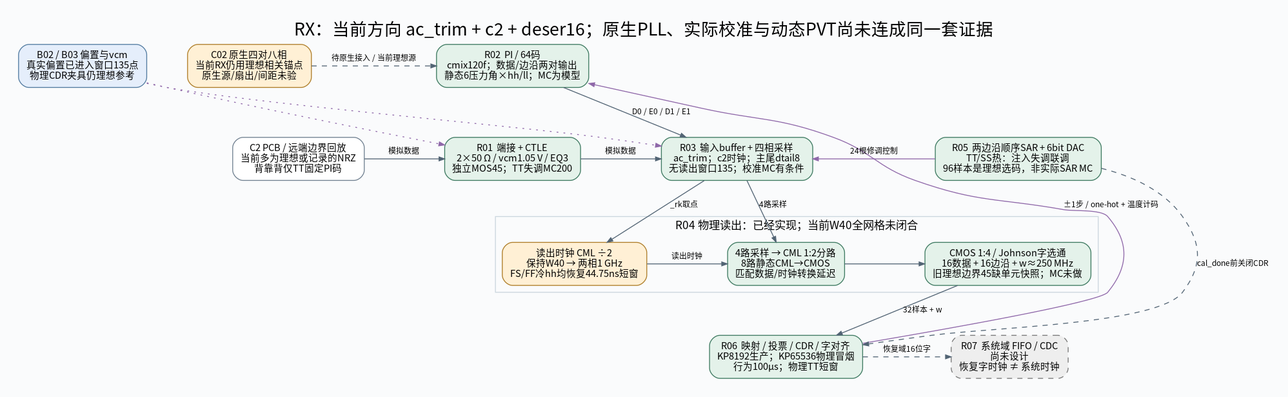
Above: docs/figures/system/rx_blocks.png in whitedeerpro-arch/serdes_sky130 (Graphviz), before the change. Its source is kept beside it as docs/figures/system/rx_blocks.dot.
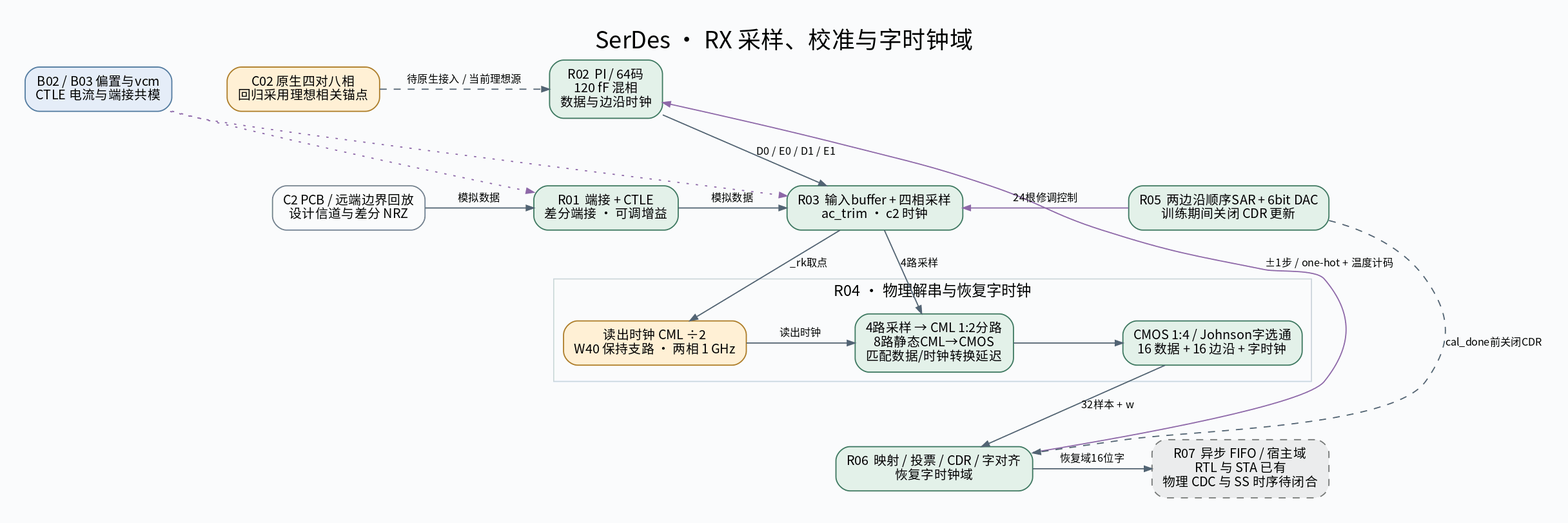
Above is the later version.

Diff of the diagram source:
```diff
@@ -1,26 +1,26 @@
 digraph rx_blocks {
   graph [rankdir=TB, bgcolor="#fafbfc", pad=0.3, nodesep=0.65, ranksep=0.65, fontname="Noto Sans CJK SC", fontsize=20,
-         labelloc=t, label="RX：当前方向 ac_trim + c2 + deser16；原生PLL、实际校准与动态PVT尚未连成同一套证据"];
+         labelloc=t, label="SerDes · RX 采样、校准与字时钟域"];
   node [shape=box, style="rounded,filled", fillcolor="#e4f2ea", color="#3d7960", fontname="Noto Sans CJK SC", fontsize=11, margin="0.12,0.1"];
   edge [color="#526474", arrowsize=0.65, fontname="Noto Sans CJK SC", fontsize=9];
-  INPUT [label="C2 PCB / 远端边界回放\n当前多为理想或记录的NRZ\n背靠背仅TT固定PI码", fillcolor="white", color="#708090"];
-  ANCHOR [label="C02 原生四对八相\n当前RX仍用理想相关锚点\n原生源/扇出/间距未验", fillcolor="#fff0d5", color="#ae7d28"];
-  BIAS [label="B02 / B03 偏置与vcm\n真实偏置已进入窗口135点\n物理CDR夹具仍理想参考", fillcolor="#e5eefb", color="#527ba0"];
-  R01 [label="R01  端接 + CTLE\n2×50 Ω / vcm1.05 V / EQ3\n独立MOS45；TT失调MC200"];
-  R02 [label="R02  PI / 64码\ncmix120f；数据/边沿两对输出\n静态6压力角×hh/ll；MC为模型"];
-  R03 [label="R03  输入buffer + 四相采样\nac_trim；c2时钟；主尾dtail8\n无读出窗口135；校准MC有条件"];
+  INPUT [label="C2 PCB / 远端边界回放\n设计信道与差分 NRZ", fillcolor="white", color="#708090"];
+  ANCHOR [label="C02 原生四对八相\n回归采用理想相关锚点", fillcolor="#fff0d5", color="#ae7d28"];
+  BIAS [label="B02 / B03 偏置与vcm\nCTLE 电流与端接共模", fillcolor="#e5eefb", color="#527ba0"];
+  R01 [label="R01  端接 + CTLE\n差分端接 · 可调增益"];
+  R02 [label="R02  PI / 64码\n120 fF 混相\n数据与边沿时钟"];
+  R03 [label="R03  输入buffer + 四相采样\nac_trim · c2 时钟"];
   subgraph cluster_readout {
-    label="R04 物理读出：已经实现；当前W40全网格未闭合"; color="#cbd6de"; fontsize=13;
-    DIV [label="读出时钟 CML ÷2\n保持W40 → 两相1 GHz\nFS/FF冷hh均恢复44.75ns短窗", fillcolor="#fff0d5", color="#ae7d28"];
+    label="R04 · 物理解串与恢复字时钟"; color="#cbd6de"; fontsize=13;
+    DIV [label="读出时钟 CML ÷2\nW40 保持支路 · 两相 1 GHz", fillcolor="#fff0d5", color="#ae7d28"];
     DEMUX [label="4路采样 → CML 1:2分路\n8路静态CML→CMOS\n匹配数据/时钟转换延迟"];
-    DESER [label="CMOS 1:4 / Johnson字选通\n16数据 + 16边沿 + w≈250 MHz\n旧理想边界45缺单元快照；MC未做"];
+    DESER [label="CMOS 1:4 / Johnson字选通\n16 数据 + 16 边沿 + 字时钟"];
     {rank=same; DIV; DEMUX; DESER;}
     DIV -> DEMUX [label="读出时钟"];
     DEMUX -> DESER;
   }
-  R06 [label="R06  映射 / 投票 / CDR / 字对齐\nKP8192生产；KP65536物理冒烟\n行为100µs；物理TT短窗", fillcolor="#e4f2ea"];
-  R05 [label="R05  两边沿顺序SAR + 6bit DAC\nTT/SS热：注入失调联调\n96样本是理想选码，非实际SAR MC"];
-  R07 [label="R07  系统域 FIFO / CDC\n尚未设计\n恢复字时钟 ≠ 系统时钟", fillcolor="#eeeeee", color="#777777", style="rounded,filled,dashed"];
+  R06 [label="R06  映射 / 投票 / CDR / 字对齐\n恢复字时钟域", fillcolor="#e4f2ea"];
+  R05 [label="R05  两边沿顺序SAR + 6bit DAC\n训练期间关闭 CDR 更新"];
+  R07 [label="R07  异步 FIFO / 宿主域\nRTL 与 STA 已有\n物理 CDC 与 SS 时序待闭合", fillcolor="#eeeeee", color="#777777", style="rounded,filled,dashed"];
   {rank=same; ANCHOR; R02; BIAS;}
   {rank=same; INPUT; R01; R03; R05;}
   {rank=same; R06; R07;}
@@ -32,7 +32,7 @@
   R03 -> DEMUX [label="4路采样"];
   R03 -> DIV [label="_rk取点"];
   DESER -> R06 [label="32样本 + w"];
-  R06 -> R07 [style=dashed, label="恢复域16位字"];
+  R06 -> R07 [label="恢复域16位字"];
   R06 -> R02 [label="±1步 / one-hot + 温度计码", color="#8f68a9", constraint=false];
   R05 -> R03 [label="24根修调控制", color="#8f68a9", constraint=false];
   R05 -> R06 [style=dashed, label="cal_done前关闭CDR", constraint=false];
```
